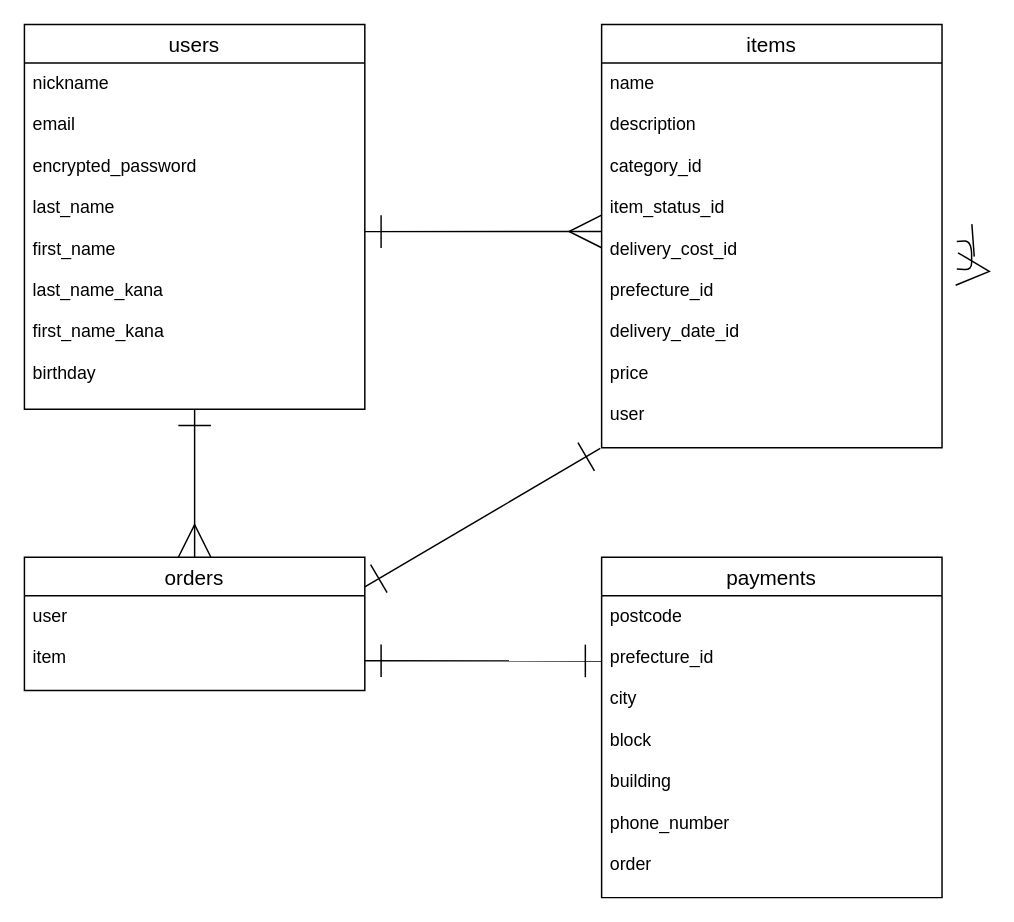
yupi-pi/furima-38536 keeps this draw.io diagram as ER.dio. Above is the earlier version. Source tidied: cells renumbered, new cells numbered last; positions are measured from the earlier drawing's top-left corner, leaving out a move shared by most shapes. Both pictures are drawn from the tidied source at 148%, with x=0, y=0 at pixel (24, 24).
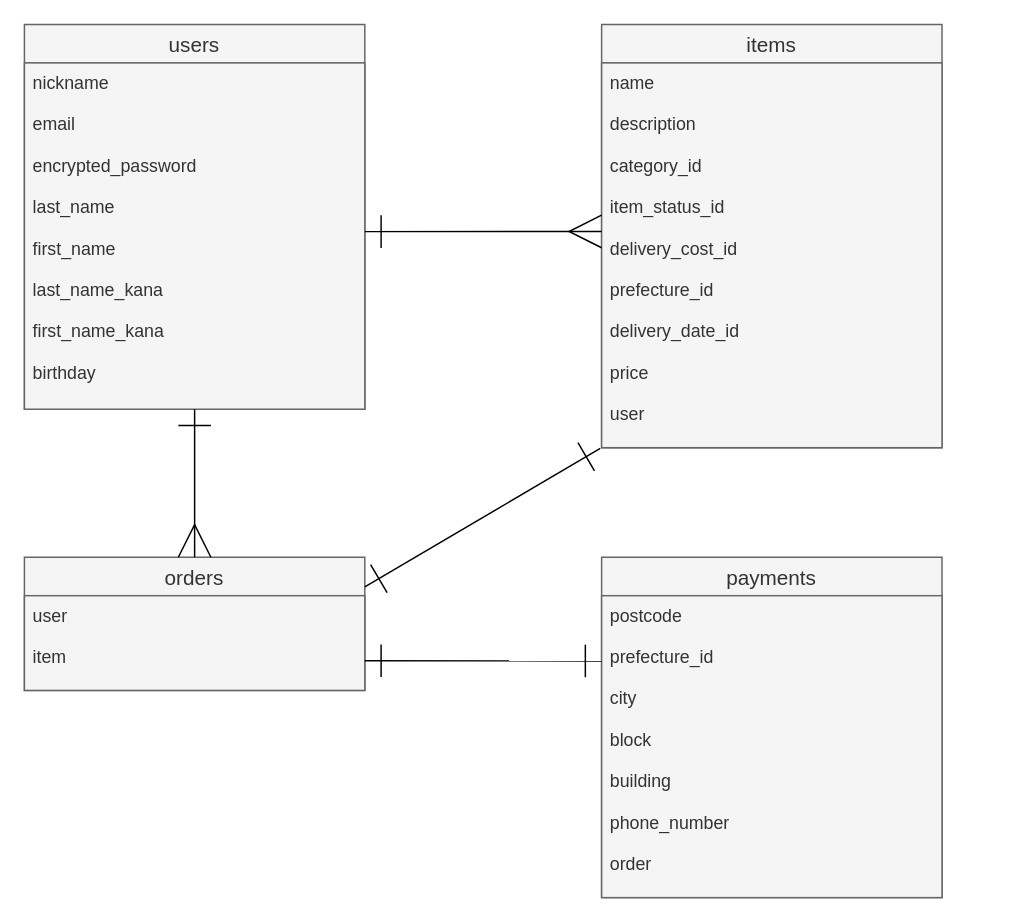
Above is the later version.

Commit message (it also covers changes not shown here):
データベース設計の記述

The edit, as a diff of the source:
```diff
@@
-<mxGraphModel>
+<mxGraphModel background="#ffffff">
   <root>
     <mxCell id="0" />
     <mxCell id="1" parent="0" />
-    <mxCell id="2" value="users" style="swimlane;fontStyle=0;horizontal=1;startSize=26;align=center;fontSize=14;" parent="1" vertex="1">
+    <mxCell id="2" value="users" style="swimlane;fontStyle=0;horizontal=1;startSize=26;align=center;fontSize=14;fillColor=#f5f5f5;fontColor=#333333;strokeColor=#666666;" parent="1" vertex="1">
       <mxGeometry width="230" height="260" as="geometry" />
     </mxCell>
-    <mxCell id="3" value="nickname&#10;&#10;email&#10;&#10;encrypted_password&#10;&#10;last_name&#10;&#10;first_name&#10;&#10;last_name_kana&#10;&#10;first_name_kana&#10;&#10;birthday" style="text;strokeColor=none;fillColor=none;spacingLeft=4;spacingRight=4;overflow=hidden;fontSize=12;" parent="2" vertex="1">
+    <mxCell id="3" value="nickname&#10;&#10;email&#10;&#10;encrypted_password&#10;&#10;last_name&#10;&#10;first_name&#10;&#10;last_name_kana&#10;&#10;first_name_kana&#10;&#10;birthday" style="text;spacingLeft=4;spacingRight=4;overflow=hidden;fontSize=12;fillColor=#f5f5f5;fontColor=#333333;strokeColor=#666666;" parent="2" vertex="1">
       <mxGeometry y="26" width="230" height="234" as="geometry" />
     </mxCell>
-    <mxCell id="4" value="items" style="swimlane;fontStyle=0;horizontal=1;startSize=26;align=center;fontSize=14;" parent="1" vertex="1">
+    <mxCell id="4" value="items" style="swimlane;fontStyle=0;horizontal=1;startSize=26;align=center;fontSize=14;fillColor=#f5f5f5;fontColor=#333333;strokeColor=#666666;" parent="1" vertex="1">
       <mxGeometry x="390" width="230" height="286" as="geometry" />
     </mxCell>
-    <mxCell id="5" value="name&#10;&#10;description&#10;&#10;category_id&#10;&#10;item_status_id&#10;&#10;delivery_cost_id&#10;&#10;prefecture_id&#10;&#10;delivery_date_id&#10;&#10;price&#10;&#10;user" style="text;strokeColor=none;fillColor=none;spacingLeft=4;spacingRight=4;overflow=hidden;points=[[0,0.5],[1,0.5]];portConstraint=eastwest;fontSize=12;" parent="4" vertex="1">
+    <mxCell id="5" value="name&#10;&#10;description&#10;&#10;category_id&#10;&#10;item_status_id&#10;&#10;delivery_cost_id&#10;&#10;prefecture_id&#10;&#10;delivery_date_id&#10;&#10;price&#10;&#10;user" style="text;fillColor=#f5f5f5;spacingLeft=4;spacingRight=4;overflow=hidden;points=[[0,0.5],[1,0.5]];portConstraint=eastwest;fontSize=12;fontColor=#333333;strokeColor=#666666;" parent="4" vertex="1">
       <mxGeometry y="26" width="230" height="260" as="geometry" />
     </mxCell>
-    <mxCell id="6" style="edgeStyle=none;html=1;startArrow=ERone;startFill=0;endArrow=ERmany;endFill=0;startSize=20;endSize=20;sourcePerimeterSpacing=10;targetPerimeterSpacing=10;" parent="4" edge="1" source="5" target="5">
-      <mxGeometry relative="1" as="geometry" />
-    </mxCell>
-    <mxCell id="7" value="payments" style="swimlane;fontStyle=0;horizontal=1;startSize=26;align=center;fontSize=14;" parent="1" vertex="1">
+    <mxCell id="7" value="payments" style="swimlane;fontStyle=0;horizontal=1;startSize=26;align=center;fontSize=14;fillColor=#f5f5f5;fontColor=#333333;strokeColor=#666666;" parent="1" vertex="1">
       <mxGeometry x="390" y="360" width="230" height="230" as="geometry" />
     </mxCell>
-    <mxCell id="8" value="postcode&#10;&#10;prefecture_id&#10;&#10;city&#10;&#10;block&#10;&#10;building&#10;&#10;phone_number&#10;&#10;order" style="text;strokeColor=none;fillColor=none;spacingLeft=4;spacingRight=4;overflow=hidden;points=[[0,0.5],[1,0.5]];portConstraint=eastwest;fontSize=12;" parent="7" vertex="1">
+    <mxCell id="8" value="postcode&#10;&#10;prefecture_id&#10;&#10;city&#10;&#10;block&#10;&#10;building&#10;&#10;phone_number&#10;&#10;order" style="text;fillColor=#f5f5f5;spacingLeft=4;spacingRight=4;overflow=hidden;points=[[0,0.5],[1,0.5]];portConstraint=eastwest;fontSize=12;fontColor=#333333;strokeColor=#666666;" parent="7" vertex="1">
       <mxGeometry y="26" width="230" height="204" as="geometry" />
     </mxCell>
-    <mxCell id="9" value="orders" style="swimlane;fontStyle=0;horizontal=1;startSize=26;align=center;fontSize=14;" parent="1" vertex="1">
+    <mxCell id="9" value="orders" style="swimlane;fontStyle=0;horizontal=1;startSize=26;align=center;fontSize=14;fillColor=#f5f5f5;fontColor=#333333;strokeColor=#666666;" parent="1" vertex="1">
       <mxGeometry y="360" width="230" height="90" as="geometry" />
     </mxCell>
-    <mxCell id="10" value="user&#10;&#10;item" style="text;strokeColor=none;fillColor=none;spacingLeft=4;spacingRight=4;overflow=hidden;fontSize=12;" parent="9" vertex="1">
+    <mxCell id="10" value="user&#10;&#10;item" style="text;fillColor=#f5f5f5;spacingLeft=4;spacingRight=4;overflow=hidden;fontSize=12;fontColor=#333333;strokeColor=#666666;" parent="9" vertex="1">
       <mxGeometry y="26" width="230" height="64" as="geometry" />
     </mxCell>
-    <mxCell id="11" style="endArrow=ERmany;html=1;rounded=0;entryX=0.5;entryY=0;entryDx=0;entryDy=0;startArrow=ERone;startFill=0;endFill=0;sourcePerimeterSpacing=10;targetPerimeterSpacing=10;endSize=20;startSize=20;" parent="1" edge="1" target="9">
+    <mxCell id="11" style="endArrow=ERmany;html=1;rounded=0;entryX=0.5;entryY=0;entryDx=0;entryDy=0;startArrow=ERone;startFill=0;endFill=0;sourcePerimeterSpacing=10;targetPerimeterSpacing=10;endSize=20;startSize=20;strokeColor=#000000;" parent="1" edge="1" target="9">
       <mxGeometry relative="1" as="geometry">
         <mxPoint x="115" y="260" as="sourcePoint" />
       </mxGeometry>
     </mxCell>
-    <mxCell id="12" style="endArrow=ERmany;html=1;rounded=0;startArrow=ERone;startFill=0;endFill=0;sourcePerimeterSpacing=10;targetPerimeterSpacing=10;endSize=20;startSize=20;entryX=0;entryY=0.438;entryDx=0;entryDy=0;entryPerimeter=0;" parent="1" edge="1" target="5">
+    <mxCell id="12" style="endArrow=ERmany;html=1;rounded=0;startArrow=ERone;startFill=0;endFill=0;sourcePerimeterSpacing=10;targetPerimeterSpacing=10;endSize=20;startSize=20;entryX=0;entryY=0.438;entryDx=0;entryDy=0;entryPerimeter=0;strokeColor=#000000;" parent="1" edge="1" target="5">
       <mxGeometry relative="1" as="geometry">
         <mxPoint x="230" y="140" as="sourcePoint" />
       </mxGeometry>
     </mxCell>
-    <mxCell id="13" style="endArrow=ERone;html=1;rounded=0;startArrow=ERone;startFill=0;endFill=0;sourcePerimeterSpacing=10;targetPerimeterSpacing=10;endSize=20;startSize=20;entryX=-0.004;entryY=1.002;entryDx=0;entryDy=0;entryPerimeter=0;" parent="1" edge="1" target="5">
+    <mxCell id="13" style="endArrow=ERone;html=1;rounded=0;startArrow=ERone;startFill=0;endFill=0;sourcePerimeterSpacing=10;targetPerimeterSpacing=10;endSize=20;startSize=20;entryX=-0.004;entryY=1.002;entryDx=0;entryDy=0;entryPerimeter=0;strokeColor=#000000;" parent="1" edge="1" target="5">
       <mxGeometry relative="1" as="geometry">
         <mxPoint x="230" y="380" as="sourcePoint" />
       </mxGeometry>
     </mxCell>
-    <mxCell id="14" style="endArrow=ERone;html=1;rounded=0;startArrow=ERone;startFill=0;endFill=0;sourcePerimeterSpacing=10;targetPerimeterSpacing=10;endSize=20;startSize=20;entryX=0;entryY=0.216;entryDx=0;entryDy=0;entryPerimeter=0;" parent="1" edge="1" target="8">
+    <mxCell id="14" style="endArrow=ERone;html=1;rounded=0;startArrow=ERone;startFill=0;endFill=0;sourcePerimeterSpacing=10;targetPerimeterSpacing=10;endSize=20;startSize=20;entryX=0;entryY=0.216;entryDx=0;entryDy=0;entryPerimeter=0;strokeColor=#000000;" parent="1" edge="1" target="8">
       <mxGeometry relative="1" as="geometry">
         <mxPoint x="230" y="430" as="sourcePoint" />
       </mxGeometry>
     </mxCell>
   </root>
 </mxGraphModel>
```
